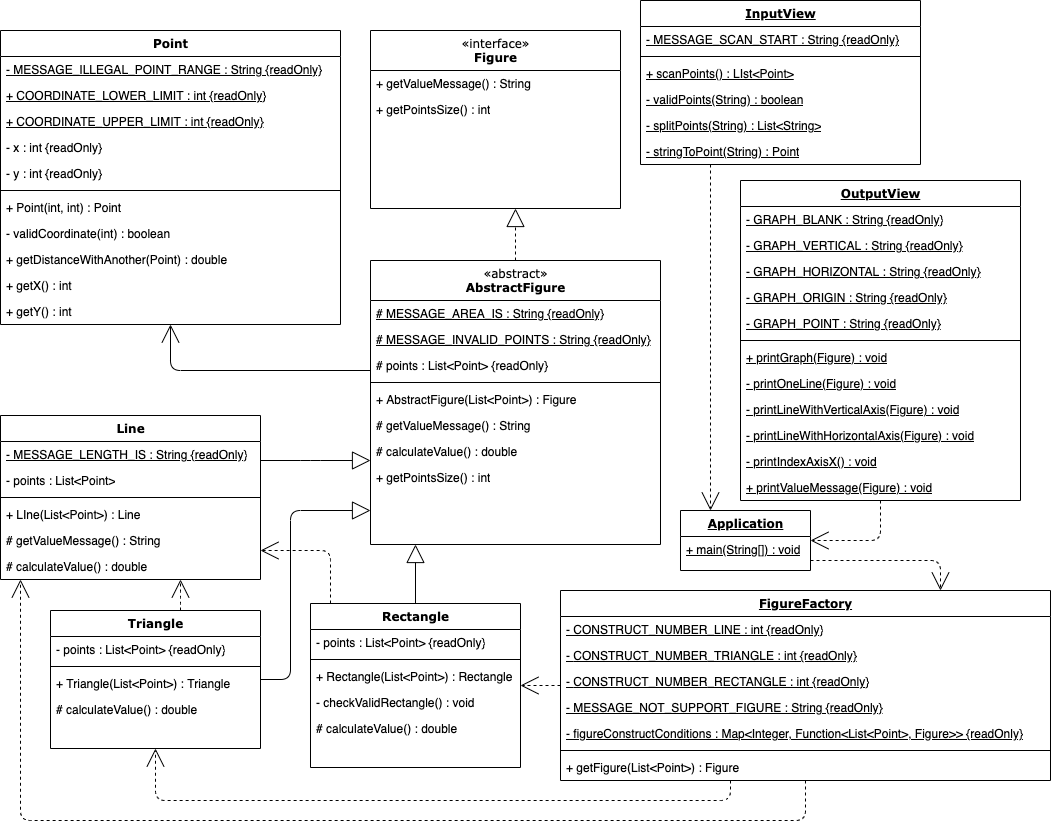
Earlier version of the draw.io export design.png (muttjimmypark/java-coordinate-playground). Source tidied: cells renumbered, new cells last; positions are measured from the earlier drawing's top-left corner, leaving out a move shared by most shapes.
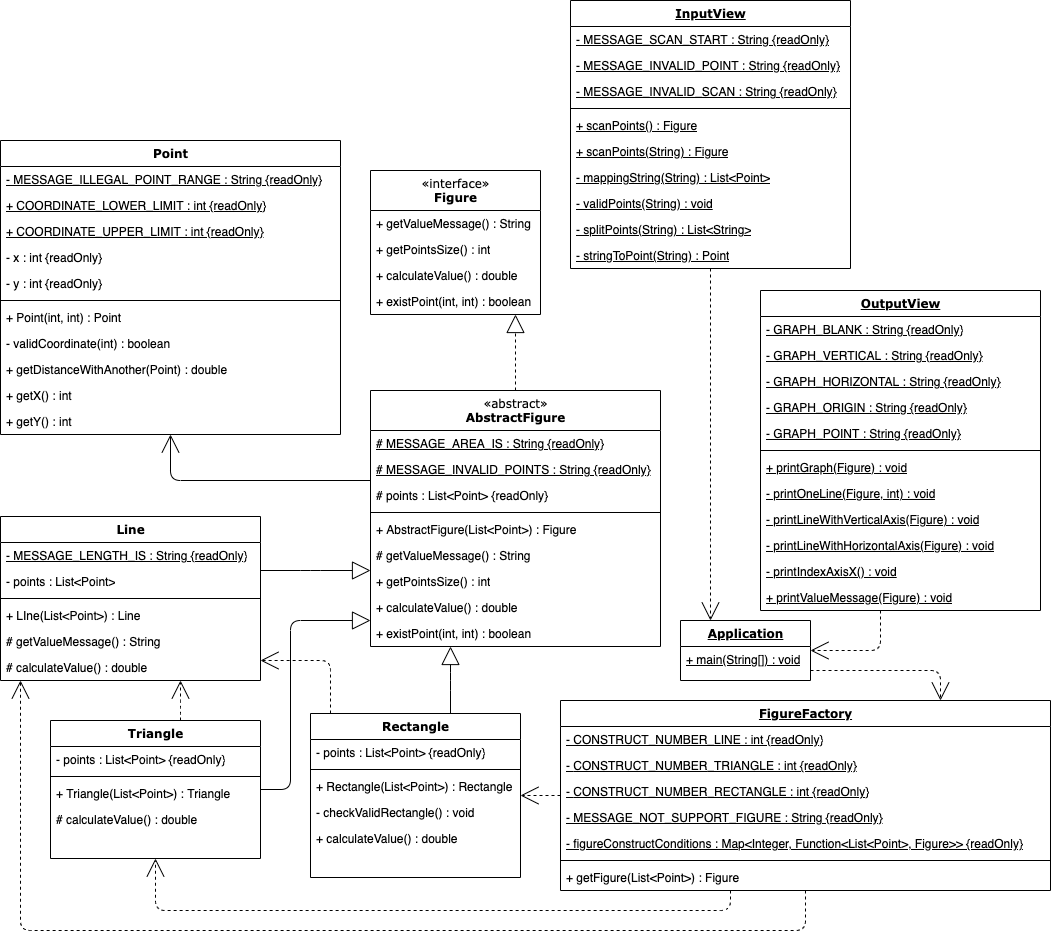
Later version of the same file.

What changed in the source:
```diff
@@ -3,14 +3,20 @@
     <mxCell id="0" />
     <mxCell id="1" parent="0" />
     <mxCell id="2" value="&lt;span style=&quot;font-weight: normal;&quot;&gt;«interface»&lt;/span&gt;&lt;br&gt;Figure" style="swimlane;html=1;fontStyle=1;align=center;verticalAlign=top;horizontal=1;startSize=40;swimlaneFillColor=#ffffff;rounded=0;shadow=0;comic=0;labelBackgroundColor=none;strokeWidth=1;fillColor=none;fontFamily=Verdana;fontSize=12;" parent="1" vertex="1">
-      <mxGeometry x="370" y="30" width="250" height="178" as="geometry" />
+      <mxGeometry x="370" y="60" width="170" height="144" as="geometry" />
     </mxCell>
     <mxCell id="3" value="+ getValueMessage() : String" style="text;html=1;strokeColor=none;fillColor=none;align=left;verticalAlign=top;spacingLeft=4;spacingRight=4;whiteSpace=wrap;overflow=hidden;" parent="2" vertex="1">
-      <mxGeometry y="40" width="250" height="26" as="geometry" />
+      <mxGeometry y="40" width="170" height="26" as="geometry" />
     </mxCell>
     <mxCell id="4" value="+ getPointsSize() : int" style="text;html=1;strokeColor=none;fillColor=none;align=left;verticalAlign=top;spacingLeft=4;spacingRight=4;whiteSpace=wrap;overflow=hidden;" parent="2" vertex="1">
-      <mxGeometry y="66" width="250" height="26" as="geometry" />
+      <mxGeometry y="66" width="170" height="26" as="geometry" />
     </mxCell>
+    <mxCell id="87" value="+ calculateValue() : double" style="text;html=1;strokeColor=none;fillColor=none;align=left;verticalAlign=top;spacingLeft=4;spacingRight=4;whiteSpace=wrap;overflow=hidden;" parent="2" vertex="1">
+      <mxGeometry y="92" width="170" height="26" as="geometry" />
+    </mxCell>
+    <mxCell id="88" value="+ existPoint(int, int) : boolean" style="text;html=1;strokeColor=none;fillColor=none;align=left;verticalAlign=top;spacingLeft=4;spacingRight=4;whiteSpace=wrap;overflow=hidden;" parent="2" vertex="1">
+      <mxGeometry y="118" width="170" height="26" as="geometry" />
+    </mxCell>
     <mxCell id="5" value="Point" style="swimlane;html=1;fontStyle=1;align=center;verticalAlign=top;horizontal=1;startSize=26;swimlaneFillColor=#ffffff;rounded=0;shadow=0;comic=0;labelBackgroundColor=none;strokeWidth=1;fillColor=none;fontFamily=Verdana;fontSize=12;" parent="1" vertex="1">
       <mxGeometry y="30" width="340" height="294" as="geometry" />
     </mxCell>
@@ -56,7 +62,7 @@
       </mxGeometry>
     </mxCell>
     <mxCell id="18" value="&lt;span style=&quot;font-weight: normal;&quot;&gt;«abstract»&lt;/span&gt;&lt;br&gt;AbstractFigure" style="swimlane;html=1;fontStyle=1;align=center;verticalAlign=top;horizontal=1;startSize=40;swimlaneFillColor=#ffffff;rounded=0;shadow=0;comic=0;labelBackgroundColor=none;strokeWidth=1;fillColor=none;fontFamily=Verdana;fontSize=12;" parent="1" vertex="1">
-      <mxGeometry x="370" y="260" width="290" height="284" as="geometry" />
+      <mxGeometry x="370" y="280" width="290" height="256" as="geometry" />
     </mxCell>
     <mxCell id="19" value="&lt;u&gt;# MESSAGE_AREA_IS : String {readOnly}&lt;/u&gt;" style="text;html=1;strokeColor=none;fillColor=none;align=left;verticalAlign=top;spacingLeft=4;spacingRight=4;whiteSpace=wrap;overflow=hidden;" parent="18" vertex="1">
       <mxGeometry y="40" width="290" height="26" as="geometry" />
@@ -76,14 +82,17 @@
     <mxCell id="24" value="# getValueMessage() : String" style="text;html=1;strokeColor=none;fillColor=none;align=left;verticalAlign=top;spacingLeft=4;spacingRight=4;whiteSpace=wrap;overflow=hidden;" parent="18" vertex="1">
       <mxGeometry y="152" width="290" height="26" as="geometry" />
     </mxCell>
+    <mxCell id="26" value="+ getPointsSize() : int" style="text;html=1;strokeColor=none;fillColor=none;align=left;verticalAlign=top;spacingLeft=4;spacingRight=4;whiteSpace=wrap;overflow=hidden;" parent="18" vertex="1">
+      <mxGeometry y="178" width="290" height="26" as="geometry" />
+    </mxCell>
-    <mxCell id="25" value="#&amp;nbsp;calculateValue() : double" style="text;html=1;strokeColor=none;fillColor=none;align=left;verticalAlign=top;spacingLeft=4;spacingRight=4;whiteSpace=wrap;overflow=hidden;" parent="18" vertex="1">
-      <mxGeometry y="178" width="290" height="26" as="geometry" />
+    <mxCell id="25" value="+ calculateValue() : double" style="text;html=1;strokeColor=none;fillColor=none;align=left;verticalAlign=top;spacingLeft=4;spacingRight=4;whiteSpace=wrap;overflow=hidden;" parent="18" vertex="1">
+      <mxGeometry y="204" width="290" height="26" as="geometry" />
     </mxCell>
-    <mxCell id="26" value="+ getPointsSize() : int" style="text;html=1;strokeColor=none;fillColor=none;align=left;verticalAlign=top;spacingLeft=4;spacingRight=4;whiteSpace=wrap;overflow=hidden;" parent="18" vertex="1">
-      <mxGeometry y="204" width="290" height="26" as="geometry" />
-    </mxCell>
+    <mxCell id="89" value="+ existPoint(int, int) : boolean" style="text;html=1;strokeColor=none;fillColor=none;align=left;verticalAlign=top;spacingLeft=4;spacingRight=4;whiteSpace=wrap;overflow=hidden;" parent="18" vertex="1">
+      <mxGeometry y="230" width="290" height="26" as="geometry" />
+    </mxCell>
     <mxCell id="27" value="Line" style="swimlane;html=1;fontStyle=1;align=center;verticalAlign=top;horizontal=1;startSize=26;swimlaneFillColor=#ffffff;rounded=0;shadow=0;comic=0;labelBackgroundColor=none;strokeWidth=1;fillColor=none;fontFamily=Verdana;fontSize=12;" parent="1" vertex="1">
-      <mxGeometry y="415" width="260" height="164" as="geometry" />
+      <mxGeometry y="406" width="260" height="164" as="geometry" />
     </mxCell>
     <mxCell id="28" value="&lt;u&gt;- MESSAGE_LENGTH_IS : String {readOnly}&lt;/u&gt;" style="text;html=1;strokeColor=none;fillColor=none;align=left;verticalAlign=top;spacingLeft=4;spacingRight=4;whiteSpace=wrap;overflow=hidden;" parent="27" vertex="1">
       <mxGeometry y="26" width="260" height="26" as="geometry" />
@@ -106,8 +115,8 @@
     <mxCell id="34" style="rounded=1;jettySize=auto;html=1;endArrow=block;endFill=0;endSize=16;edgeStyle=orthogonalEdgeStyle;" parent="1" edge="1" source="40" target="18">
       <mxGeometry relative="1" as="geometry">
         <Array as="points">
-          <mxPoint x="550" y="540" />
-          <mxPoint x="550" y="540" />
+          <mxPoint x="450" y="570" />
+          <mxPoint x="450" y="570" />
         </Array>
       </mxGeometry>
     </mxCell>
@@ -141,7 +150,7 @@
     <mxCell id="44" value="- checkValidRectangle() : void" style="text;html=1;strokeColor=none;fillColor=none;align=left;verticalAlign=top;spacingLeft=4;spacingRight=4;whiteSpace=wrap;overflow=hidden;" parent="40" vertex="1">
       <mxGeometry y="86" width="210" height="26" as="geometry" />
     </mxCell>
-    <mxCell id="45" value="# calculateValue() : double" style="text;html=1;strokeColor=none;fillColor=none;align=left;verticalAlign=top;spacingLeft=4;spacingRight=4;whiteSpace=wrap;overflow=hidden;" parent="40" vertex="1">
+    <mxCell id="45" value="+ calculateValue() : double" style="text;html=1;strokeColor=none;fillColor=none;align=left;verticalAlign=top;spacingLeft=4;spacingRight=4;whiteSpace=wrap;overflow=hidden;" parent="40" vertex="1">
       <mxGeometry y="112" width="210" height="26" as="geometry" />
     </mxCell>
     <mxCell id="46" style="rounded=1;jettySize=auto;html=1;endArrow=block;endFill=0;endSize=16;edgeStyle=orthogonalEdgeStyle;" parent="1" edge="1" source="27" target="18">
@@ -175,25 +184,37 @@
       </mxGeometry>
     </mxCell>
     <mxCell id="49" value="&lt;u&gt;InputView&lt;/u&gt;" style="swimlane;html=1;fontStyle=1;align=center;verticalAlign=top;horizontal=1;startSize=26;swimlaneFillColor=#ffffff;rounded=0;shadow=0;comic=0;labelBackgroundColor=none;strokeWidth=1;fillColor=none;fontFamily=Verdana;fontSize=12;" parent="1" vertex="1">
-      <mxGeometry x="640" width="280" height="164" as="geometry" />
+      <mxGeometry x="570" y="-110" width="280" height="268" as="geometry" />
     </mxCell>
     <mxCell id="50" value="&lt;u&gt;- MESSAGE_SCAN_START : String {readOnly}&lt;/u&gt;" style="text;html=1;strokeColor=none;fillColor=none;align=left;verticalAlign=top;spacingLeft=4;spacingRight=4;whiteSpace=wrap;overflow=hidden;" parent="49" vertex="1">
       <mxGeometry y="26" width="280" height="26" as="geometry" />
     </mxCell>
+    <mxCell id="90" value="&lt;u&gt;- MESSAGE_INVALID_POINT : String {readOnly}&lt;/u&gt;" style="text;html=1;strokeColor=none;fillColor=none;align=left;verticalAlign=top;spacingLeft=4;spacingRight=4;whiteSpace=wrap;overflow=hidden;" parent="49" vertex="1">
+      <mxGeometry y="52" width="280" height="26" as="geometry" />
+    </mxCell>
+    <mxCell id="91" value="&lt;u&gt;- MESSAGE_INVALID_SCAN : String {readOnly}&lt;/u&gt;" style="text;html=1;strokeColor=none;fillColor=none;align=left;verticalAlign=top;spacingLeft=4;spacingRight=4;whiteSpace=wrap;overflow=hidden;" parent="49" vertex="1">
+      <mxGeometry y="78" width="280" height="26" as="geometry" />
+    </mxCell>
     <mxCell id="51" style="line;html=1;strokeWidth=1;fillColor=none;align=left;verticalAlign=middle;spacingTop=-1;spacingLeft=3;spacingRight=3;labelPosition=right;" parent="49" vertex="1">
-      <mxGeometry y="52" width="280" height="8" as="geometry" />
+      <mxGeometry y="104" width="280" height="8" as="geometry" />
     </mxCell>
-    <mxCell id="52" value="&lt;u&gt;+ scanPoints() : LIst&amp;lt;Point&amp;gt;&lt;/u&gt;" style="text;html=1;strokeColor=none;fillColor=none;align=left;verticalAlign=top;spacingLeft=4;spacingRight=4;whiteSpace=wrap;overflow=hidden;" parent="49" vertex="1">
-      <mxGeometry y="60" width="280" height="26" as="geometry" />
+    <mxCell id="52" value="&lt;u&gt;+ scanPoints() : Figure&lt;/u&gt;" style="text;html=1;strokeColor=none;fillColor=none;align=left;verticalAlign=top;spacingLeft=4;spacingRight=4;whiteSpace=wrap;overflow=hidden;" parent="49" vertex="1">
+      <mxGeometry y="112" width="280" height="26" as="geometry" />
     </mxCell>
+    <mxCell id="92" value="&lt;u&gt;+ scanPoints(String) : Figure&lt;br&gt;&lt;/u&gt;" style="text;html=1;strokeColor=none;fillColor=none;align=left;verticalAlign=top;spacingLeft=4;spacingRight=4;whiteSpace=wrap;overflow=hidden;" parent="49" vertex="1">
+      <mxGeometry y="138" width="280" height="26" as="geometry" />
+    </mxCell>
-    <mxCell id="53" value="- validPoints(String) : boolean" style="text;html=1;strokeColor=none;fillColor=none;align=left;verticalAlign=top;spacingLeft=4;spacingRight=4;whiteSpace=wrap;overflow=hidden;fontStyle=4;" parent="49" vertex="1">
-      <mxGeometry y="86" width="280" height="26" as="geometry" />
+    <mxCell id="53" value="- mappingString(String) : List&amp;lt;Point&amp;gt;" style="text;html=1;strokeColor=none;fillColor=none;align=left;verticalAlign=top;spacingLeft=4;spacingRight=4;whiteSpace=wrap;overflow=hidden;fontStyle=4;" parent="49" vertex="1">
+      <mxGeometry y="164" width="280" height="26" as="geometry" />
     </mxCell>
+    <mxCell id="93" value="- validPoints(String) : void" style="text;html=1;strokeColor=none;fillColor=none;align=left;verticalAlign=top;spacingLeft=4;spacingRight=4;whiteSpace=wrap;overflow=hidden;fontStyle=4;" parent="49" vertex="1">
+      <mxGeometry y="190" width="280" height="26" as="geometry" />
+    </mxCell>
     <mxCell id="54" value="- splitPoints(String) : List&amp;lt;String&amp;gt;" style="text;html=1;strokeColor=none;fillColor=none;align=left;verticalAlign=top;spacingLeft=4;spacingRight=4;whiteSpace=wrap;overflow=hidden;fontStyle=4;" parent="49" vertex="1">
-      <mxGeometry y="112" width="280" height="26" as="geometry" />
+      <mxGeometry y="216" width="280" height="26" as="geometry" />
     </mxCell>
     <mxCell id="55" value="- stringToPoint(String) : Point" style="text;html=1;strokeColor=none;fillColor=none;align=left;verticalAlign=top;spacingLeft=4;spacingRight=4;whiteSpace=wrap;overflow=hidden;fontStyle=4;" parent="49" vertex="1">
-      <mxGeometry y="138" width="280" height="26" as="geometry" />
+      <mxGeometry y="242" width="280" height="26" as="geometry" />
     </mxCell>
     <mxCell id="56" value="&lt;u&gt;FigureFactory&lt;/u&gt;" style="swimlane;html=1;fontStyle=1;align=center;verticalAlign=top;horizontal=1;startSize=26;swimlaneFillColor=#ffffff;rounded=0;shadow=0;comic=0;labelBackgroundColor=none;strokeWidth=1;fillColor=none;fontFamily=Verdana;fontSize=12;" parent="1" vertex="1">
       <mxGeometry x="560" y="590" width="490" height="190" as="geometry" />
@@ -220,7 +241,7 @@
       <mxGeometry y="164" width="490" height="26" as="geometry" />
     </mxCell>
     <mxCell id="64" value="&lt;u&gt;OutputView&lt;/u&gt;" style="swimlane;html=1;fontStyle=1;align=center;verticalAlign=top;horizontal=1;startSize=26;swimlaneFillColor=#ffffff;rounded=0;shadow=0;comic=0;labelBackgroundColor=none;strokeWidth=1;fillColor=none;fontFamily=Verdana;fontSize=12;" parent="1" vertex="1">
-      <mxGeometry x="740" y="180" width="280" height="320" as="geometry" />
+      <mxGeometry x="760" y="180" width="280" height="320" as="geometry" />
     </mxCell>
     <mxCell id="65" value="&lt;u&gt;- GRAPH_BLANK : String {readOnly}&lt;/u&gt;" style="text;html=1;strokeColor=none;fillColor=none;align=left;verticalAlign=top;spacingLeft=4;spacingRight=4;whiteSpace=wrap;overflow=hidden;" parent="64" vertex="1">
       <mxGeometry y="26" width="280" height="26" as="geometry" />
@@ -243,7 +264,7 @@
     <mxCell id="71" value="+ printGraph(Figure) : void" style="text;html=1;strokeColor=none;fillColor=none;align=left;verticalAlign=top;spacingLeft=4;spacingRight=4;whiteSpace=wrap;overflow=hidden;fontStyle=4;" parent="64" vertex="1">
       <mxGeometry y="164" width="280" height="26" as="geometry" />
     </mxCell>
-    <mxCell id="72" value="- printOneLine(Figure) : void" style="text;html=1;strokeColor=none;fillColor=none;align=left;verticalAlign=top;spacingLeft=4;spacingRight=4;whiteSpace=wrap;overflow=hidden;fontStyle=4;" parent="64" vertex="1">
+    <mxCell id="72" value="- printOneLine(Figure, int) : void" style="text;html=1;strokeColor=none;fillColor=none;align=left;verticalAlign=top;spacingLeft=4;spacingRight=4;whiteSpace=wrap;overflow=hidden;fontStyle=4;" parent="64" vertex="1">
       <mxGeometry y="190" width="280" height="26" as="geometry" />
     </mxCell>
     <mxCell id="73" value="&lt;u&gt;- printLineWithVerticalAxis(Figure) : void&lt;/u&gt;" style="text;html=1;strokeColor=none;fillColor=none;align=left;verticalAlign=top;spacingLeft=4;spacingRight=4;whiteSpace=wrap;overflow=hidden;" parent="64" vertex="1">
```
